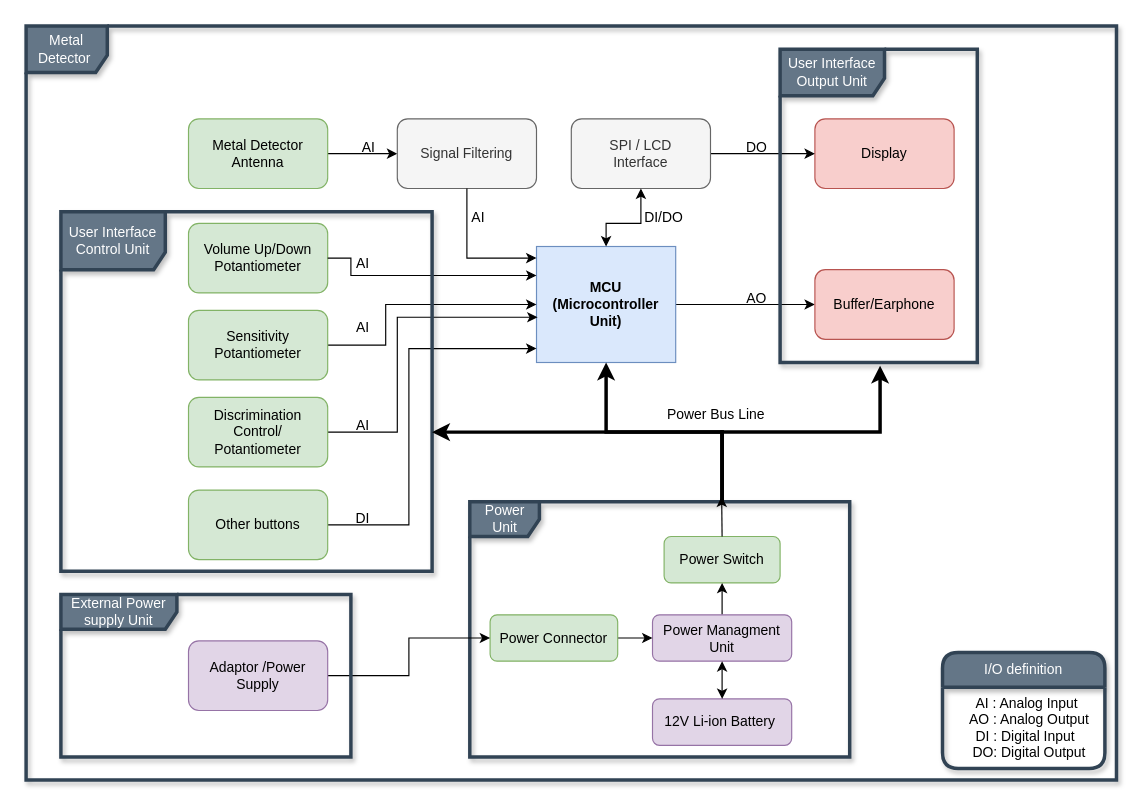
This is Metal Dedektör.drawio from metevs09/Metal_Dedector, a draw.io file, before an edit. Source tidied: cells renumbered, new cells numbered last; positions are measured from the earlier drawing's top-left corner, leaving out a move shared by most shapes. Both pictures are drawn from the tidied source at 116%, with x=0, y=0 at pixel (26, 26).
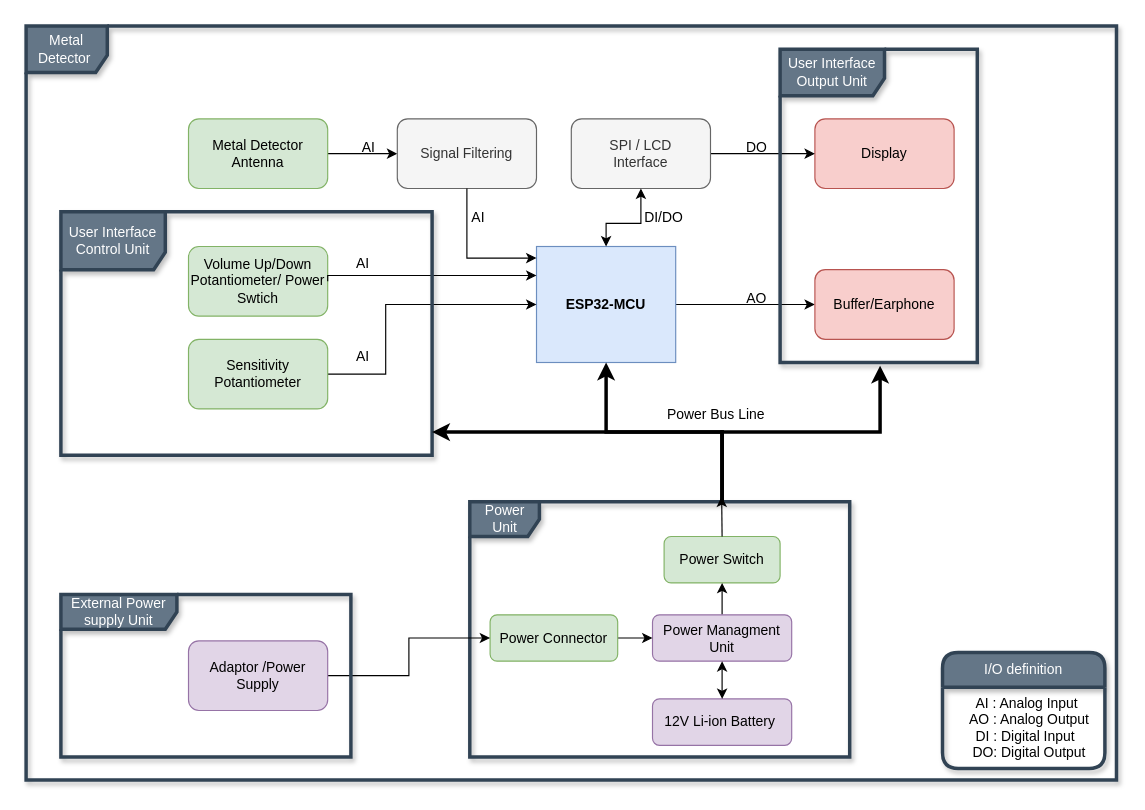
Above is the later version.

Unchanged cells that the change refers to:
```xml
<mxCell id="37" value="Power Unit" style="shape=umlFrame;whiteSpace=wrap;html=1;strokeWidth=3;fillColor=#647687;fontColor=#ffffff;strokeColor=#314354;shadow=1;" parent="1" vertex="1">
  <mxGeometry x="382.5" y="410" width="327.5" height="220" as="geometry" />
</mxCell>
```

The edit, as a diff of the source:
```diff
@@
-    <mxCell id="5" value="&lt;b&gt;MCU &lt;br&gt;(Microcontroller Unit)&lt;/b&gt;" style="rounded=0;whiteSpace=wrap;html=1;fillColor=#dae8fc;strokeColor=#6c8ebf;" parent="1" vertex="1">
+    <mxCell id="5" value="&lt;b&gt;ESP32-MCU&lt;/b&gt;" style="rounded=0;whiteSpace=wrap;html=1;fillColor=#dae8fc;strokeColor=#6c8ebf;" parent="1" vertex="1">
       <mxGeometry x="440" y="190" width="120" height="100" as="geometry" />
     </mxCell>
@@
-    <mxCell id="16" value="Volume Up/Down&lt;br&gt;Potantiometer" style="rounded=1;whiteSpace=wrap;html=1;fillColor=#d5e8d4;strokeColor=#82b366;" parent="1" vertex="1">
-      <mxGeometry x="140" y="170" width="120" height="60" as="geometry" />
+    <mxCell id="16" value="Volume Up/Down&lt;br&gt;Potantiometer/ Power Swtich" style="rounded=1;whiteSpace=wrap;html=1;fillColor=#d5e8d4;strokeColor=#82b366;" parent="1" vertex="1">
+      <mxGeometry x="140" y="190" width="120" height="60" as="geometry" />
     </mxCell>
     <mxCell id="17" style="edgeStyle=orthogonalEdgeStyle;rounded=0;jettySize=auto;html=1;" parent="1" edge="1" source="18">
       <mxGeometry relative="1" as="geometry">
         <mxPoint x="440" y="240" as="targetPoint" />
         <Array as="points">
-          <mxPoint x="310" y="275" />
+          <mxPoint x="310" y="300" />
           <mxPoint x="310" y="240" />
         </Array>
       </mxGeometry>
     </mxCell>
     <mxCell id="18" value="Sensitivity Potantiometer" style="rounded=1;whiteSpace=wrap;html=1;fillColor=#d5e8d4;strokeColor=#82b366;" parent="1" vertex="1">
-      <mxGeometry x="140" y="245" width="120" height="60" as="geometry" />
+      <mxGeometry x="140" y="270" width="120" height="60" as="geometry" />
     </mxCell>
     <mxCell id="19" style="edgeStyle=orthogonalEdgeStyle;rounded=0;jettySize=auto;html=1;exitX=1;exitY=0.5;exitDx=0;exitDy=0;entryX=0;entryY=0.25;entryDx=0;entryDy=0;" parent="1" edge="1" source="16" target="5">
       <mxGeometry relative="1" as="geometry">
         <Array as="points">
-          <mxPoint x="280" y="200" />
-          <mxPoint x="280" y="215" />
+          <mxPoint x="260" y="215" />
         </Array>
       </mxGeometry>
     </mxCell>
     <mxCell id="20" value="AI" style="text;html=1;align=center;verticalAlign=middle;strokeColor=none;fillColor=none;" parent="1" vertex="1">
-      <mxGeometry x="275" y="245" width="30" height="30" as="geometry" />
+      <mxGeometry x="275" y="270" width="30" height="30" as="geometry" />
     </mxCell>
@@
-    <mxCell id="22" style="edgeStyle=orthogonalEdgeStyle;rounded=0;jettySize=auto;html=1;exitX=1;exitY=0.5;exitDx=0;exitDy=0;entryX=0.008;entryY=0.61;entryDx=0;entryDy=0;entryPerimeter=0;" parent="1" edge="1" source="23" target="5">
-      <mxGeometry relative="1" as="geometry">
-        <Array as="points">
-          <mxPoint x="320" y="350" />
-          <mxPoint x="320" y="251" />
-        </Array>
-      </mxGeometry>
-    </mxCell>
-    <mxCell id="23" value="Discrimination Control/ Potantiometer" style="rounded=1;whiteSpace=wrap;html=1;fillColor=#d5e8d4;strokeColor=#82b366;" parent="1" vertex="1">
-      <mxGeometry x="140" y="320" width="120" height="60" as="geometry" />
-    </mxCell>
-    <mxCell id="24" value="AI" style="text;html=1;align=center;verticalAlign=middle;strokeColor=none;fillColor=none;" parent="1" vertex="1">
-      <mxGeometry x="275" y="330" width="30" height="30" as="geometry" />
-    </mxCell>
-    <mxCell id="25" style="edgeStyle=orthogonalEdgeStyle;rounded=0;jettySize=auto;html=1;entryX=0;entryY=0.88;entryDx=0;entryDy=0;entryPerimeter=0;" parent="1" edge="1" source="26" target="5">
-      <mxGeometry relative="1" as="geometry">
-        <Array as="points">
-          <mxPoint x="330" y="430" />
-          <mxPoint x="330" y="278" />
-        </Array>
-      </mxGeometry>
-    </mxCell>
-    <mxCell id="26" value="Other buttons" style="rounded=1;whiteSpace=wrap;html=1;fillColor=#d5e8d4;strokeColor=#82b366;" parent="1" vertex="1">
-      <mxGeometry x="140" y="400" width="120" height="60" as="geometry" />
-    </mxCell>
-    <mxCell id="27" value="DI" style="text;html=1;align=center;verticalAlign=middle;strokeColor=none;fillColor=none;" parent="1" vertex="1">
-      <mxGeometry x="270" y="410" width="40" height="30" as="geometry" />
-    </mxCell>
@@
     <mxCell id="34" value="User Interface&lt;br&gt;Control Unit" style="shape=umlFrame;whiteSpace=wrap;html=1;width=90;height=50;fillColor=#647687;fontColor=#ffffff;strokeColor=#314354;strokeWidth=3;perimeterSpacing=0;shadow=1;" parent="1" vertex="1">
-      <mxGeometry x="30" y="160" width="320" height="310" as="geometry" />
+      <mxGeometry x="30" y="160" width="320" height="210" as="geometry" />
     </mxCell>
@@
-    <mxCell id="43" style="edgeStyle=orthogonalEdgeStyle;rounded=0;jettySize=auto;html=1;jumpSize=6;strokeWidth=3;entryX=1;entryY=0.613;entryDx=0;entryDy=0;entryPerimeter=0;" parent="1" edge="1" source="37" target="34">
+    <mxCell id="43" style="edgeStyle=orthogonalEdgeStyle;rounded=0;jettySize=auto;html=1;jumpSize=6;strokeWidth=3;" parent="1" edge="1" source="37">
       <mxGeometry relative="1" as="geometry">
+        <mxPoint x="350" y="350" as="targetPoint" />
         <Array as="points">
           <mxPoint x="600" y="350" />
         </Array>
       </mxGeometry>
     </mxCell>
```
